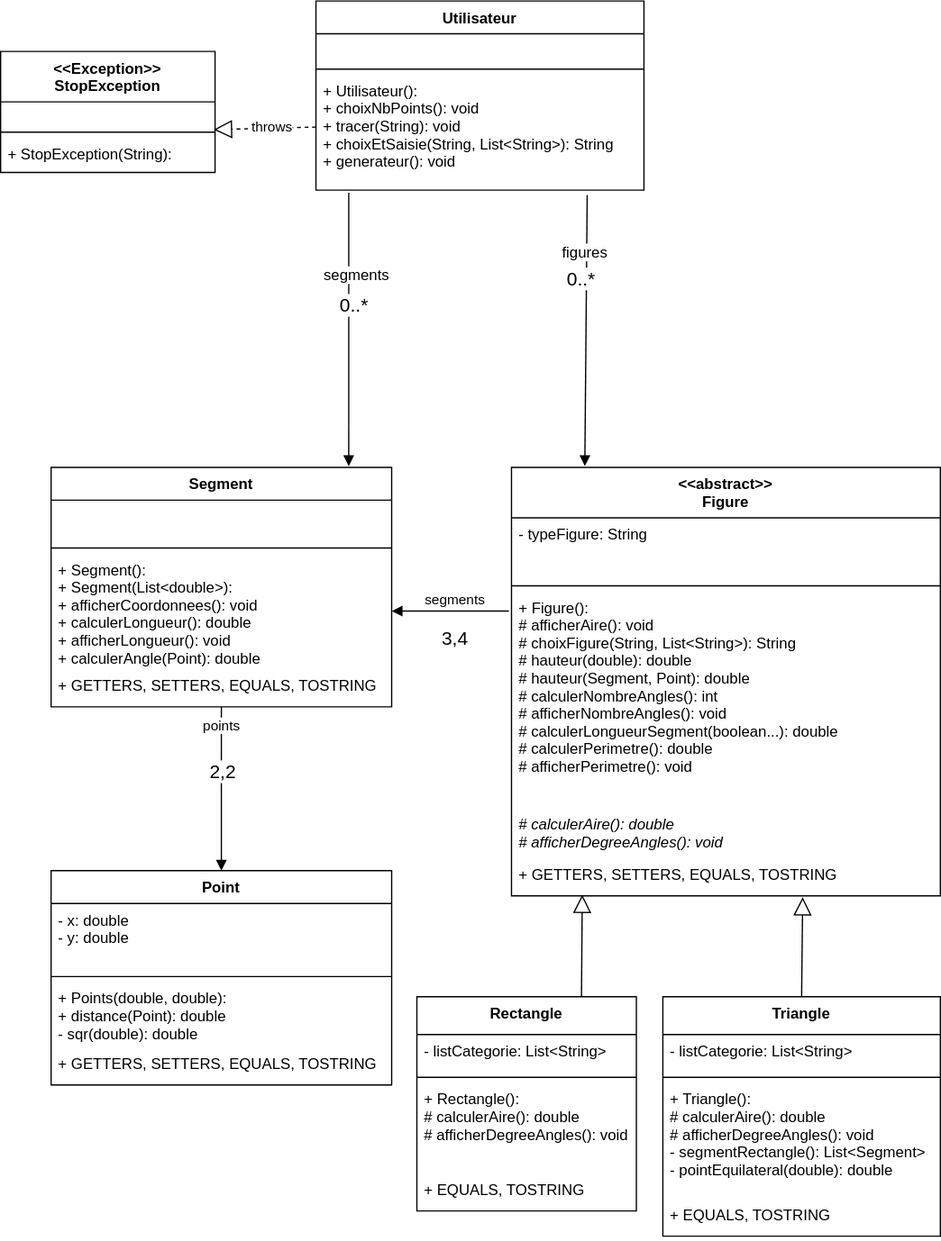
jeremyfouquet/polymorphisme_java keeps this draw.io diagram as TP10_Geometrie/assets/diagramme_de_classe.drawio.svg. Above is the earlier version. Source tidied: cells renumbered, new cells last; positions are measured from the earlier drawing's top-left corner, leaving out a move shared by most shapes.
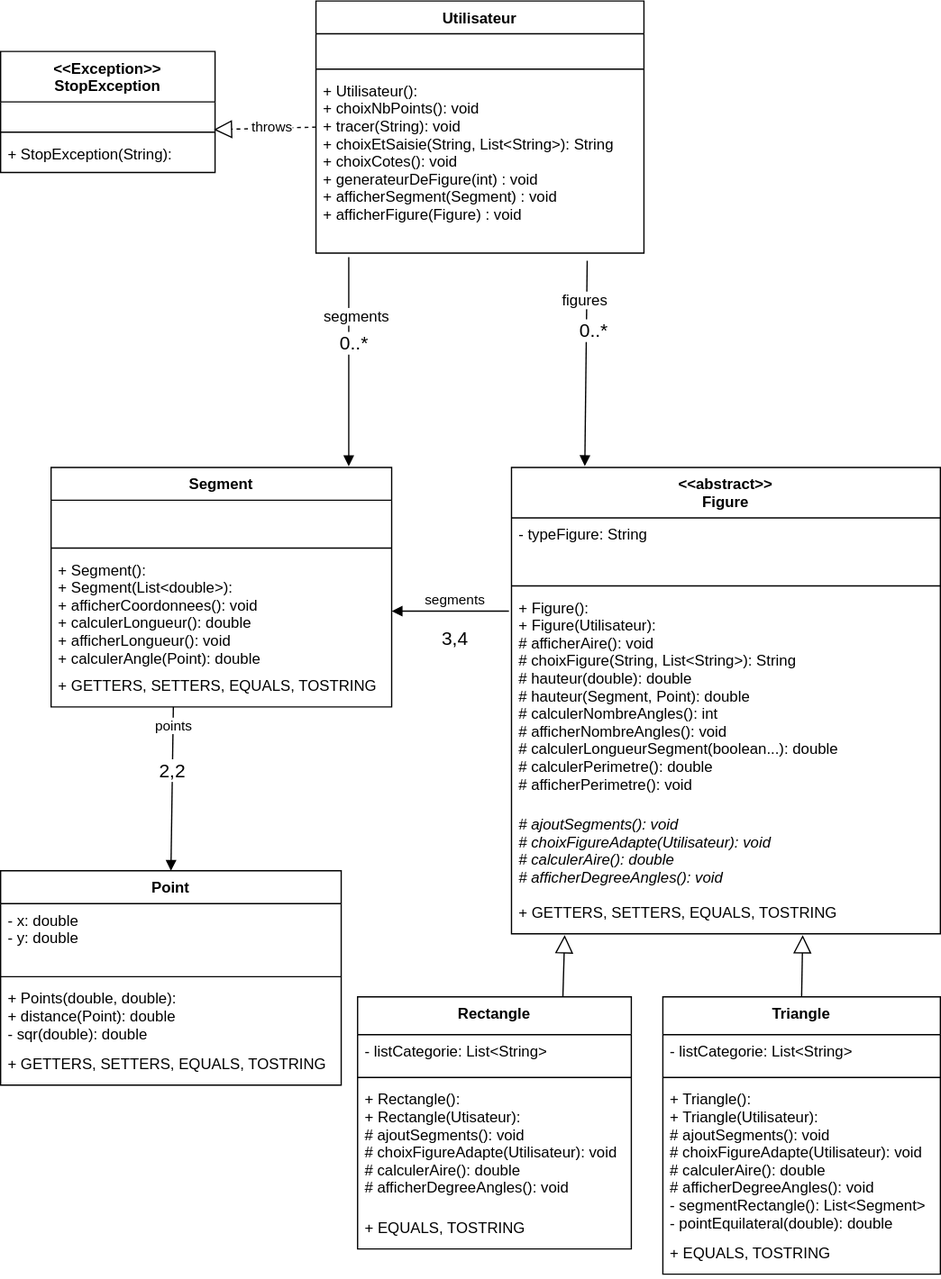
The same diagram one commit later.

Change to the diagram source:
```diff
@@ -3,7 +3,7 @@
     <mxCell id="0" />
     <mxCell id="1" parent="0" />
     <mxCell id="2" value="Point" style="swimlane;fontStyle=1;align=center;verticalAlign=top;horizontal=1;startSize=26;" parent="1" vertex="1">
-      <mxGeometry x="40" y="690" width="270" height="170" as="geometry" />
+      <mxGeometry y="690" width="270" height="170" as="geometry" />
     </mxCell>
     <mxCell id="3" value="- x: double&#10;- y: double" style="text;strokeColor=none;fillColor=none;align=left;verticalAlign=top;spacingLeft=4;spacingRight=4;overflow=hidden;fontStyle=0;" parent="2" vertex="1">
       <mxGeometry y="26" width="270" height="54" as="geometry" />
@@ -18,7 +18,7 @@
       <mxGeometry y="140" width="270" height="30" as="geometry" />
     </mxCell>
     <mxCell id="7" value="&lt;&lt;abstract&gt;&gt;&#10;Figure" style="swimlane;fontStyle=1;align=center;verticalAlign=top;horizontal=1;startSize=40;" parent="1" vertex="1">
-      <mxGeometry x="405" y="370" width="340" height="340" as="geometry" />
+      <mxGeometry x="405" y="370" width="340" height="370" as="geometry" />
     </mxCell>
     <mxCell id="8" value="- typeFigure: String" style="text;strokeColor=none;fillColor=none;align=left;verticalAlign=top;spacingLeft=4;spacingRight=4;overflow=hidden;fontStyle=0;" parent="7" vertex="1">
       <mxGeometry y="40" width="340" height="50" as="geometry" />
@@ -26,17 +26,17 @@
     <mxCell id="9" style="line;strokeWidth=1;fillColor=none;align=left;verticalAlign=middle;spacingTop=-1;spacingLeft=3;spacingRight=3;labelPosition=right;" parent="7" vertex="1">
       <mxGeometry y="90" width="340" height="8" as="geometry" />
     </mxCell>
-    <mxCell id="10" value="+ Figure():&#10;# afficherAire(): void&#10;# choixFigure(String, List&lt;String&gt;): String&#10;# hauteur(double): double&#10;# hauteur(Segment, Point): double&#10;# calculerNombreAngles(): int&#10;# afficherNombreAngles(): void&#10;# calculerLongueurSegment(boolean...): double&#10;# calculerPerimetre(): double&#10;# afficherPerimetre(): void&#10;" style="text;strokeColor=none;fillColor=none;align=left;verticalAlign=top;spacingLeft=4;spacingRight=4;overflow=hidden;points=[[0,0.5],[1,0.5]];portConstraint=eastwest;fontStyle=0;" parent="7" vertex="1">
+    <mxCell id="10" value="+ Figure():&#10;+ Figure(Utilisateur):&#10;# afficherAire(): void&#10;# choixFigure(String, List&lt;String&gt;): String&#10;# hauteur(double): double&#10;# hauteur(Segment, Point): double&#10;# calculerNombreAngles(): int&#10;# afficherNombreAngles(): void&#10;# calculerLongueurSegment(boolean...): double&#10;# calculerPerimetre(): double&#10;# afficherPerimetre(): void&#10;" style="text;strokeColor=none;fillColor=none;align=left;verticalAlign=top;spacingLeft=4;spacingRight=4;overflow=hidden;points=[[0,0.5],[1,0.5]];portConstraint=eastwest;fontStyle=0;" parent="7" vertex="1">
       <mxGeometry y="98" width="340" height="172" as="geometry" />
     </mxCell>
-    <mxCell id="11" value="# calculerAire(): double&#10;# afficherDegreeAngles(): void" style="text;strokeColor=none;fillColor=none;align=left;verticalAlign=top;spacingLeft=4;spacingRight=4;overflow=hidden;fontStyle=2;" parent="7" vertex="1">
-      <mxGeometry y="270" width="340" height="40" as="geometry" />
+    <mxCell id="11" value="# ajoutSegments(): void&#10;# choixFigureAdapte(Utilisateur): void&#10;# calculerAire(): double&#10;# afficherDegreeAngles(): void" style="text;strokeColor=none;fillColor=none;align=left;verticalAlign=top;spacingLeft=4;spacingRight=4;overflow=hidden;fontStyle=2;" parent="7" vertex="1">
+      <mxGeometry y="270" width="340" height="70" as="geometry" />
     </mxCell>
     <mxCell id="12" value="+ GETTERS, SETTERS, EQUALS, TOSTRING" style="text;strokeColor=none;fillColor=none;align=left;verticalAlign=top;spacingLeft=4;spacingRight=4;overflow=hidden;points=[[0,0.5],[1,0.5]];portConstraint=eastwest;fontStyle=0;" parent="7" vertex="1">
-      <mxGeometry y="310" width="340" height="30" as="geometry" />
+      <mxGeometry y="340" width="340" height="30" as="geometry" />
     </mxCell>
     <mxCell id="13" value="Utilisateur" style="swimlane;fontStyle=1;align=center;verticalAlign=top;horizontal=1;startSize=26;" parent="1" vertex="1">
-      <mxGeometry x="250" width="260" height="150" as="geometry" />
+      <mxGeometry x="250" width="260" height="200" as="geometry" />
     </mxCell>
     <mxCell id="14" value=" " style="text;strokeColor=none;fillColor=none;align=left;verticalAlign=top;spacingLeft=4;spacingRight=4;overflow=hidden;fontStyle=0;" parent="13" vertex="1">
       <mxGeometry y="26" width="260" height="24" as="geometry" />
@@ -44,8 +44,8 @@
     <mxCell id="15" style="line;strokeWidth=1;fillColor=none;align=left;verticalAlign=middle;spacingTop=-1;spacingLeft=3;spacingRight=3;labelPosition=right;" parent="13" vertex="1">
       <mxGeometry y="50" width="260" height="8" as="geometry" />
     </mxCell>
-    <mxCell id="16" value="+ Utilisateur():&#10;+ choixNbPoints(): void&#10;+ tracer(String): void&#10;+ choixEtSaisie(String, List&lt;String&gt;): String&#10;+ generateur(): void" style="text;strokeColor=none;fillColor=none;align=left;verticalAlign=top;spacingLeft=4;spacingRight=4;overflow=hidden;points=[[0,0.5],[1,0.5]];portConstraint=eastwest;fontStyle=0;" parent="13" vertex="1">
-      <mxGeometry y="58" width="260" height="92" as="geometry" />
+    <mxCell id="16" value="+ Utilisateur():&#10;+ choixNbPoints(): void&#10;+ tracer(String): void&#10;+ choixEtSaisie(String, List&lt;String&gt;): String&#10;+ choixCotes(): void&#10;+ generateurDeFigure(int) : void&#10;+ afficherSegment(Segment) : void&#10;+ afficherFigure(Figure) : void" style="text;strokeColor=none;fillColor=none;align=left;verticalAlign=top;spacingLeft=4;spacingRight=4;overflow=hidden;points=[[0,0.5],[1,0.5]];portConstraint=eastwest;fontStyle=0;" parent="13" vertex="1">
+      <mxGeometry y="58" width="260" height="142" as="geometry" />
     </mxCell>
     <mxCell id="17" value="segments" style="html=1;verticalAlign=bottom;endArrow=block;rounded=0;entryX=1;entryY=0.5;entryDx=0;entryDy=0;exitX=-0.006;exitY=0.093;exitDx=0;exitDy=0;exitPerimeter=0;" parent="1" edge="1" source="10" target="22">
       <mxGeometry x="-0.08" relative="1" as="geometry" />
@@ -70,7 +70,7 @@
     <mxCell id="23" value="+ GETTERS, SETTERS, EQUALS, TOSTRING" style="text;strokeColor=none;fillColor=none;align=left;verticalAlign=top;spacingLeft=4;spacingRight=4;overflow=hidden;points=[[0,0.5],[1,0.5]];portConstraint=eastwest;fontStyle=0;" parent="19" vertex="1">
       <mxGeometry y="160" width="270" height="30" as="geometry" />
     </mxCell>
-    <mxCell id="24" value="points" style="html=1;verticalAlign=bottom;endArrow=block;rounded=0;entryX=0.5;entryY=0;entryDx=0;entryDy=0;" parent="1" edge="1" source="23" target="2">
+    <mxCell id="24" value="points" style="html=1;verticalAlign=bottom;endArrow=block;rounded=0;entryX=0.5;entryY=0;entryDx=0;entryDy=0;exitX=0.359;exitY=1;exitDx=0;exitDy=0;exitPerimeter=0;" parent="1" edge="1" source="23" target="2">
       <mxGeometry x="-0.62" relative="1" as="geometry" />
     </mxCell>
     <mxCell id="25" value="2,2" style="edgeLabel;html=1;align=center;verticalAlign=middle;fontSize=15;" parent="24" vertex="1">
@@ -79,7 +79,7 @@
       </mxGeometry>
     </mxCell>
     <mxCell id="26" value="Triangle" style="swimlane;fontStyle=1;align=center;verticalAlign=top;horizontal=1;startSize=30;" parent="1" vertex="1">
-      <mxGeometry x="525" y="790" width="220" height="190" as="geometry" />
+      <mxGeometry x="525" y="790" width="220" height="220" as="geometry" />
     </mxCell>
     <mxCell id="27" value="- listCategorie: List&lt;String&gt;" style="text;strokeColor=none;fillColor=none;align=left;verticalAlign=top;spacingLeft=4;spacingRight=4;overflow=hidden;fontStyle=0;" parent="26" vertex="1">
       <mxGeometry y="30" width="220" height="30" as="geometry" />
@@ -87,36 +87,36 @@
     <mxCell id="28" style="line;strokeWidth=1;fillColor=none;align=left;verticalAlign=middle;spacingTop=-1;spacingLeft=3;spacingRight=3;labelPosition=right;" parent="26" vertex="1">
       <mxGeometry y="60" width="220" height="8" as="geometry" />
     </mxCell>
-    <mxCell id="29" value="+ Triangle():&#10;# calculerAire(): double&#10;# afficherDegreeAngles(): void&#10;- segmentRectangle(): List&lt;Segment&gt;&#10;- pointEquilateral(double): double&#10;" style="text;strokeColor=none;fillColor=none;align=left;verticalAlign=top;spacingLeft=4;spacingRight=4;overflow=hidden;fontStyle=0;" parent="26" vertex="1">
-      <mxGeometry y="68" width="220" height="92" as="geometry" />
+    <mxCell id="29" value="+ Triangle():&#10;+ Triangle(Utilisateur):&#10;# ajoutSegments(): void&#10;# choixFigureAdapte(Utilisateur): void&#10;# calculerAire(): double&#10;# afficherDegreeAngles(): void&#10;- segmentRectangle(): List&lt;Segment&gt;&#10;- pointEquilateral(double): double&#10;" style="text;strokeColor=none;fillColor=none;align=left;verticalAlign=top;spacingLeft=4;spacingRight=4;overflow=hidden;fontStyle=0;" parent="26" vertex="1">
+      <mxGeometry y="68" width="220" height="122" as="geometry" />
     </mxCell>
     <mxCell id="30" value="+ EQUALS, TOSTRING" style="text;strokeColor=none;fillColor=none;align=left;verticalAlign=top;spacingLeft=4;spacingRight=4;overflow=hidden;fontStyle=0;" parent="26" vertex="1">
-      <mxGeometry y="160" width="220" height="30" as="geometry" />
+      <mxGeometry y="190" width="220" height="30" as="geometry" />
     </mxCell>
     <mxCell id="31" value="Rectangle" style="swimlane;fontStyle=1;align=center;verticalAlign=top;horizontal=1;startSize=30;" parent="1" vertex="1">
-      <mxGeometry x="330" y="790" width="174" height="170" as="geometry" />
+      <mxGeometry x="283" y="790" width="217" height="200" as="geometry" />
     </mxCell>
     <mxCell id="32" value="- listCategorie: List&lt;String&gt;" style="text;strokeColor=none;fillColor=none;align=left;verticalAlign=top;spacingLeft=4;spacingRight=4;overflow=hidden;fontStyle=0;" parent="31" vertex="1">
-      <mxGeometry y="30" width="174" height="30" as="geometry" />
+      <mxGeometry y="30" width="217" height="30" as="geometry" />
     </mxCell>
     <mxCell id="33" style="line;strokeWidth=1;fillColor=none;align=left;verticalAlign=middle;spacingTop=-1;spacingLeft=3;spacingRight=3;labelPosition=right;" parent="31" vertex="1">
-      <mxGeometry y="60" width="174" height="8" as="geometry" />
+      <mxGeometry y="60" width="217" height="8" as="geometry" />
     </mxCell>
-    <mxCell id="34" value="+ Rectangle():&#10;# calculerAire(): double&#10;# afficherDegreeAngles(): void" style="text;strokeColor=none;fillColor=none;align=left;verticalAlign=top;spacingLeft=4;spacingRight=4;overflow=hidden;fontStyle=0;" parent="31" vertex="1">
-      <mxGeometry y="68" width="174" height="72" as="geometry" />
+    <mxCell id="34" value="+ Rectangle():&#10;+ Rectangle(Utisateur):&#10;# ajoutSegments(): void&#10;# choixFigureAdapte(Utilisateur): void&#10;# calculerAire(): double&#10;# afficherDegreeAngles(): void" style="text;strokeColor=none;fillColor=none;align=left;verticalAlign=top;spacingLeft=4;spacingRight=4;overflow=hidden;fontStyle=0;" parent="31" vertex="1">
+      <mxGeometry y="68" width="217" height="102" as="geometry" />
     </mxCell>
     <mxCell id="35" value="+ EQUALS, TOSTRING" style="text;strokeColor=none;fillColor=none;align=left;verticalAlign=top;spacingLeft=4;spacingRight=4;overflow=hidden;fontStyle=0;" parent="31" vertex="1">
-      <mxGeometry y="140" width="174" height="30" as="geometry" />
+      <mxGeometry y="170" width="217" height="30" as="geometry" />
     </mxCell>
     <mxCell id="36" value="&lt;font style=&quot;font-size: 12px&quot;&gt;figures&lt;/font&gt;" style="html=1;verticalAlign=bottom;endArrow=block;rounded=0;exitX=0.827;exitY=1.043;exitDx=0;exitDy=0;exitPerimeter=0;entryX=0.171;entryY=-0.003;entryDx=0;entryDy=0;entryPerimeter=0;" parent="1" edge="1" source="16" target="7">
       <mxGeometry x="-0.49" y="-2" relative="1" as="geometry" />
     </mxCell>
     <mxCell id="37" value="0..*" style="edgeLabel;html=1;align=center;verticalAlign=middle;fontSize=15;" parent="36" vertex="1">
       <mxGeometry x="0.4" y="-2" relative="1" as="geometry">
-        <mxPoint x="-2" y="-84" as="offset" />
+        <mxPoint x="8" y="-60" as="offset" />
       </mxGeometry>
     </mxCell>
-    <mxCell id="38" style="endArrow=block;endFill=0;endSize=12;html=1;rounded=0;exitX=0.75;exitY=0;exitDx=0;exitDy=0;entryX=0.165;entryY=0.967;entryDx=0;entryDy=0;entryPerimeter=0;" parent="1" edge="1" source="31" target="12">
+    <mxCell id="38" style="endArrow=block;endFill=0;endSize=12;html=1;rounded=0;exitX=0.75;exitY=0;exitDx=0;exitDy=0;entryX=0.124;entryY=1.033;entryDx=0;entryDy=0;entryPerimeter=0;" parent="1" edge="1" source="31" target="12">
       <mxGeometry relative="1" as="geometry" />
     </mxCell>
     <mxCell id="39" style="endArrow=block;endFill=0;endSize=12;html=1;rounded=0;exitX=0.5;exitY=0;exitDx=0;exitDy=0;entryX=0.679;entryY=1.033;entryDx=0;entryDy=0;entryPerimeter=0;" parent="1" edge="1" source="26" target="12">
@@ -127,7 +127,7 @@
     </mxCell>
     <mxCell id="41" value="0..*" style="edgeLabel;html=1;align=center;verticalAlign=middle;fontSize=15;" parent="40" vertex="1">
       <mxGeometry x="0.4" y="-2" relative="1" as="geometry">
-        <mxPoint x="6" y="-63" as="offset" />
+        <mxPoint x="6" y="-49" as="offset" />
       </mxGeometry>
     </mxCell>
     <mxCell id="42" style="endArrow=block;dashed=1;endFill=0;endSize=12;html=1;rounded=0;entryX=0.994;entryY=1.1;entryDx=0;entryDy=0;entryPerimeter=0;" parent="1" edge="1" target="45">
```
